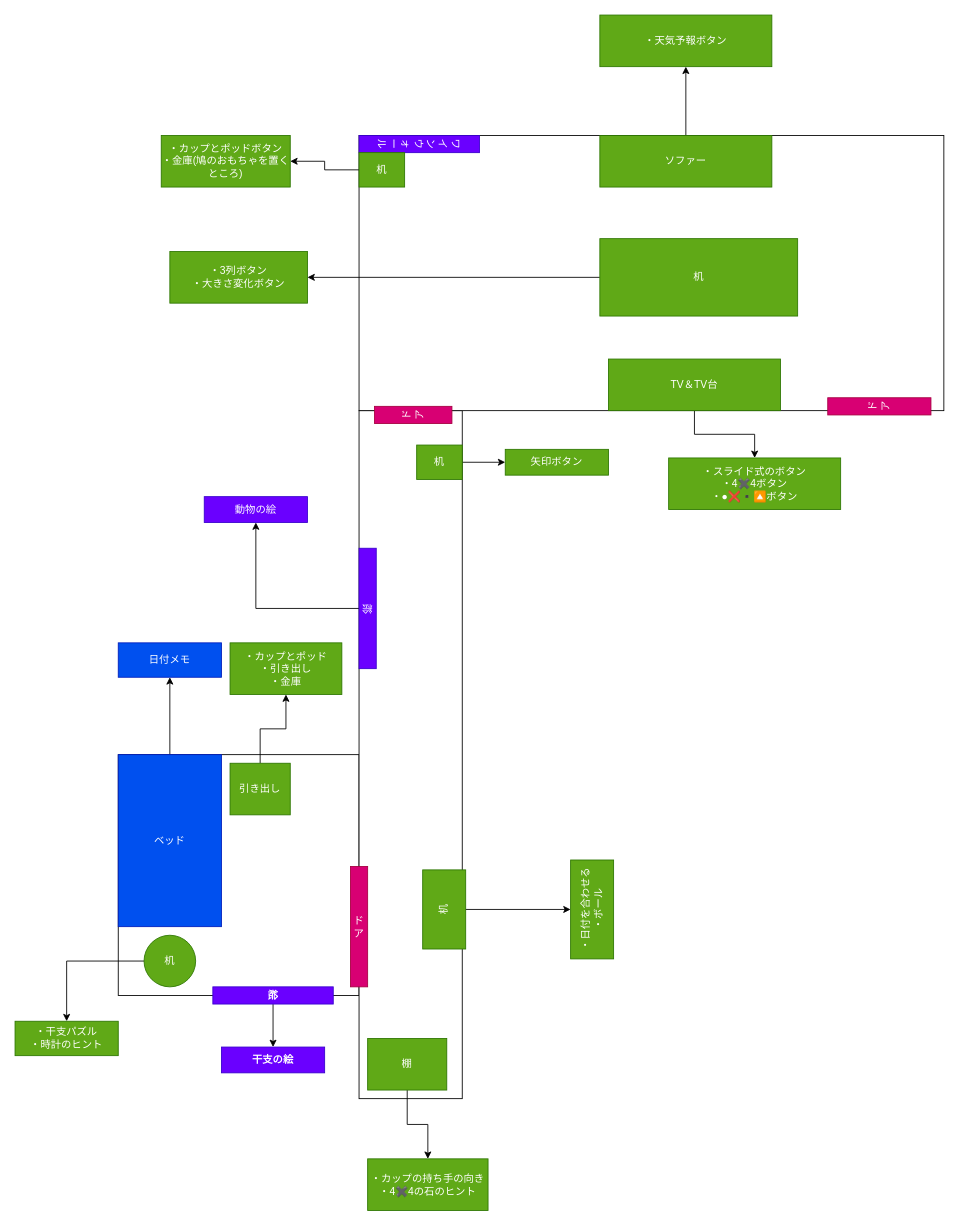
Earlier version of the draw.io diagram page "部屋と家具" (2 of 4) of MultiEscape.drawio (kyosuke27/3D-Escape-Room). Source tidied: cells renumbered, new cells numbered last; positions are measured from the earlier drawing's top-left corner, leaving out a move shared by most shapes. Both pictures are drawn from the tidied source at 86%, with x=0, y=0 at pixel (15, 15).
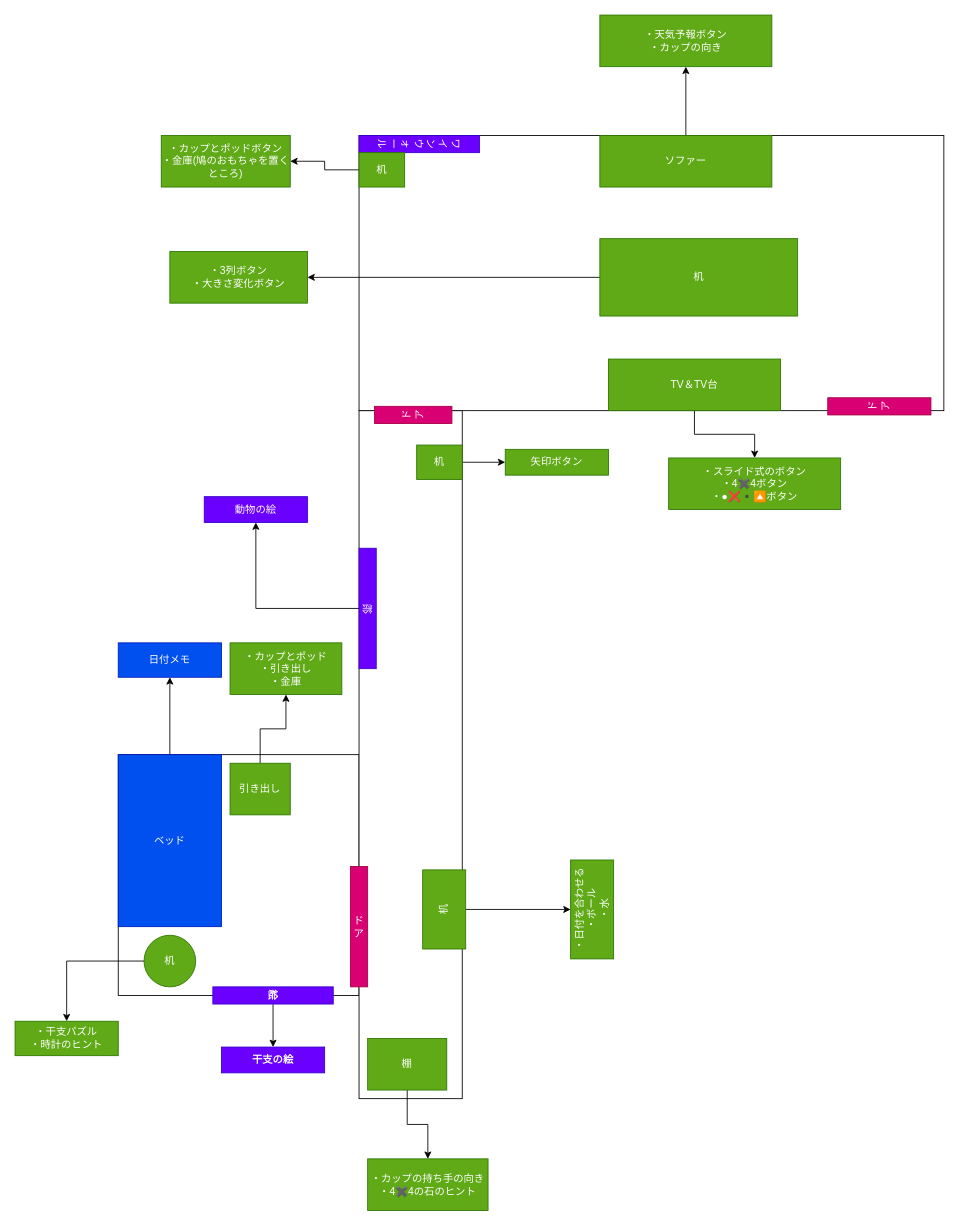
Above is the later version.

Change to the diagram source:
```diff
@@
-    <mxCell id="36" value="・日付を合わせる&lt;div&gt;・ボール&lt;/div&gt;" style="rounded=0;whiteSpace=wrap;html=1;fillColor=#60a917;fontColor=#ffffff;strokeColor=#2D7600;rotation=-90;" parent="1" vertex="1">
+    <mxCell id="36" value="・日付を合わせる&lt;div&gt;・ボール&lt;/div&gt;&lt;div&gt;・水&lt;/div&gt;" style="rounded=0;whiteSpace=wrap;html=1;fillColor=#60a917;fontColor=#ffffff;strokeColor=#2D7600;rotation=-90;" parent="1" vertex="1">
       <mxGeometry x="613.5" y="1015" width="115" height="50" as="geometry" />
     </mxCell>
@@
-    <mxCell id="41" value="・天気予報ボタン" style="rounded=0;whiteSpace=wrap;html=1;fillColor=#60a917;fontColor=#ffffff;strokeColor=#2D7600;" parent="1" vertex="1">
+    <mxCell id="41" value="・天気予報ボタン&lt;div&gt;・カップの向き&lt;/div&gt;" style="rounded=0;whiteSpace=wrap;html=1;fillColor=#60a917;fontColor=#ffffff;strokeColor=#2D7600;" parent="1" vertex="1">
       <mxGeometry x="680" width="200" height="60" as="geometry" />
     </mxCell>
```
